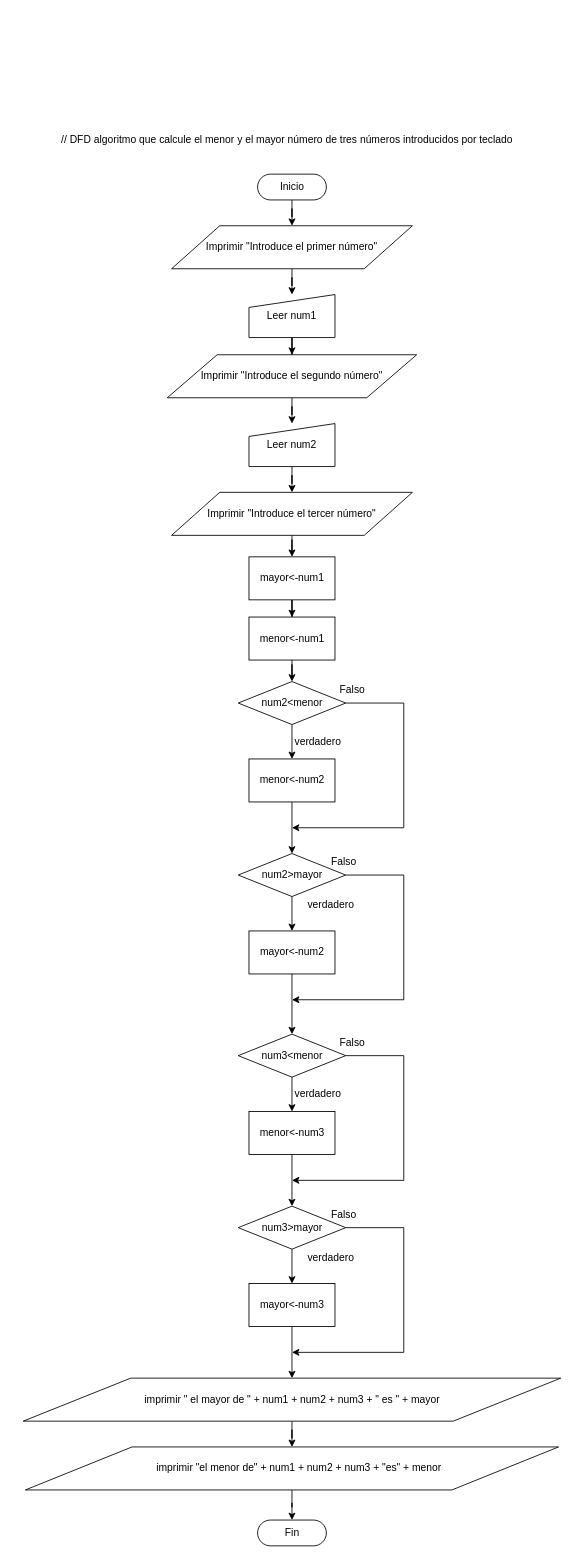
This is MayorMenor3.drawio from Alejandrogaralv/Programacion, a draw.io file, before an edit. Source tidied: cells renumbered, new cells numbered last; positions are measured from the earlier drawing's top-left corner, leaving out a move shared by most shapes. Both pictures are drawn from the tidied source at 86%, with x=0, y=0 at pixel (23, 131).
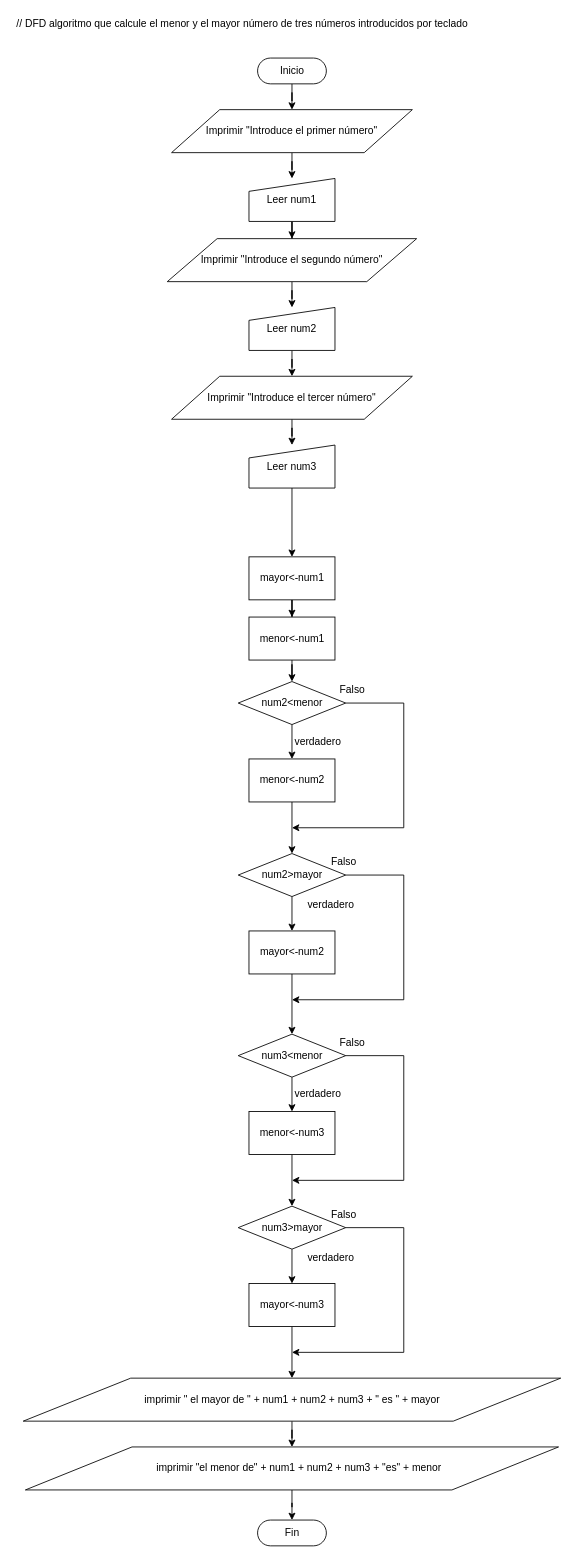
The same diagram, later.

Unchanged cells that the change refers to:
```xml
<mxCell id="16" value="mayor&amp;lt;-num1" style="html=1;dashed=0;whitespace=wrap;" parent="1" vertex="1">
  <mxGeometry x="262" y="495" width="100" height="50" as="geometry" />
</mxCell>
```

What changed in the source:
```diff
@@
     <mxCell id="2" value="// DFD algoritmo que calcule el menor y el mayor número de tres números introducidos por teclado" style="text;html=1;align=left;verticalAlign=middle;strokeColor=none;" parent="1" vertex="1">
-      <mxGeometry x="42" width="540" height="20" as="geometry" />
+      <mxGeometry x="-10.5" y="-135" width="540" height="20" as="geometry" />
     </mxCell>
@@
     <mxCell id="4" value="Inicio" style="html=1;dashed=0;whitespace=wrap;shape=mxgraph.dfd.start;" parent="1" vertex="1">
-      <mxGeometry x="272" y="50" width="80" height="30" as="geometry" />
+      <mxGeometry x="272" y="-85" width="80" height="30" as="geometry" />
     </mxCell>
@@
     <mxCell id="6" value="Imprimir &quot;Introduce el primer número&quot;" style="shape=parallelogram;perimeter=parallelogramPerimeter;whiteSpace=wrap;html=1;dashed=0;" parent="1" vertex="1">
-      <mxGeometry x="172" y="110" width="280" height="50" as="geometry" />
+      <mxGeometry x="172" y="-25" width="280" height="50" as="geometry" />
     </mxCell>
@@
     <mxCell id="8" value="Leer num1" style="shape=manualInput;whiteSpace=wrap;html=1;dashed=0;size=15;" parent="1" vertex="1">
-      <mxGeometry x="262" y="190" width="100" height="50" as="geometry" />
+      <mxGeometry x="262" y="55" width="100" height="50" as="geometry" />
     </mxCell>
@@
     <mxCell id="10" value="Imprimir &quot;Introduce el segundo número&quot;" style="shape=parallelogram;perimeter=parallelogramPerimeter;whiteSpace=wrap;html=1;dashed=0;" parent="1" vertex="1">
-      <mxGeometry x="167" y="260" width="290" height="50" as="geometry" />
+      <mxGeometry x="167" y="125" width="290" height="50" as="geometry" />
     </mxCell>
@@
     <mxCell id="12" value="Leer num2" style="shape=manualInput;whiteSpace=wrap;html=1;dashed=0;size=15;" parent="1" vertex="1">
-      <mxGeometry x="262" y="340" width="100" height="50" as="geometry" />
+      <mxGeometry x="262" y="205" width="100" height="50" as="geometry" />
     </mxCell>
-    <mxCell id="13" style="edgeStyle=orthogonalEdgeStyle;rounded=0;jettySize=auto;html=1;" parent="1" edge="1" source="14" target="16">
-      <mxGeometry relative="1" as="geometry" />
-    </mxCell>
+    <mxCell id="52" style="edgeStyle=orthogonalEdgeStyle;rounded=0;jettySize=auto;html=1;" parent="1" edge="1" source="14" target="54">
+      <mxGeometry relative="1" as="geometry" />
+    </mxCell>
     <mxCell id="14" value="Imprimir &quot;Introduce el tercer número&quot;" style="shape=parallelogram;perimeter=parallelogramPerimeter;whiteSpace=wrap;html=1;dashed=0;" parent="1" vertex="1">
-      <mxGeometry x="172" y="420" width="280" height="50" as="geometry" />
+      <mxGeometry x="172" y="285" width="280" height="50" as="geometry" />
     </mxCell>
@@
+    <mxCell id="53" style="edgeStyle=orthogonalEdgeStyle;rounded=0;jettySize=auto;html=1;entryX=0.5;entryY=0;entryDx=0;entryDy=0;" parent="1" edge="1" source="54" target="16">
+      <mxGeometry relative="1" as="geometry" />
+    </mxCell>
+    <mxCell id="54" value="Leer num3" style="shape=manualInput;whiteSpace=wrap;html=1;dashed=0;size=15;" parent="1" vertex="1">
+      <mxGeometry x="262" y="365" width="100" height="50" as="geometry" />
+    </mxCell>
```
